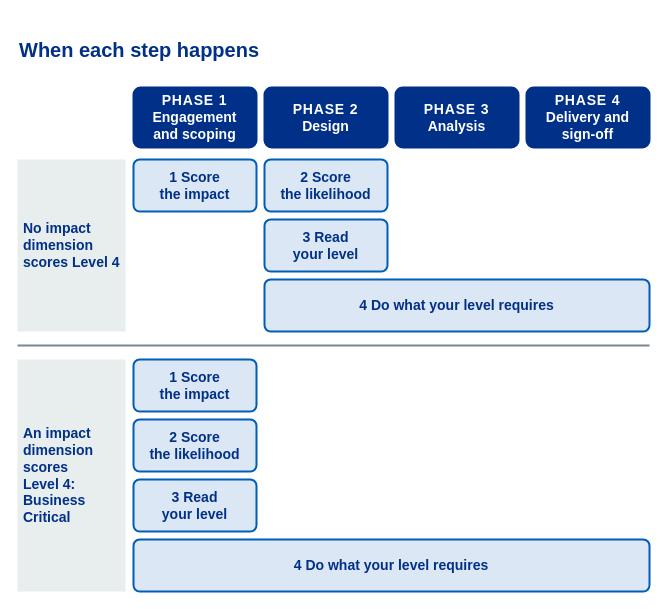
Above: static/diagrams/04-assurance-level-timing.drawio in nhsbsa-data-analytics/nhsbsa-quality-analysis-playbook (draw.io), before the change. Source tidied: cells renumbered, new cells numbered last; positions are measured from the earlier drawing's top-left corner, leaving out a move shared by most shapes. Both pictures are drawn from the tidied source at 100%, with x=0, y=0 at pixel (17, 31).
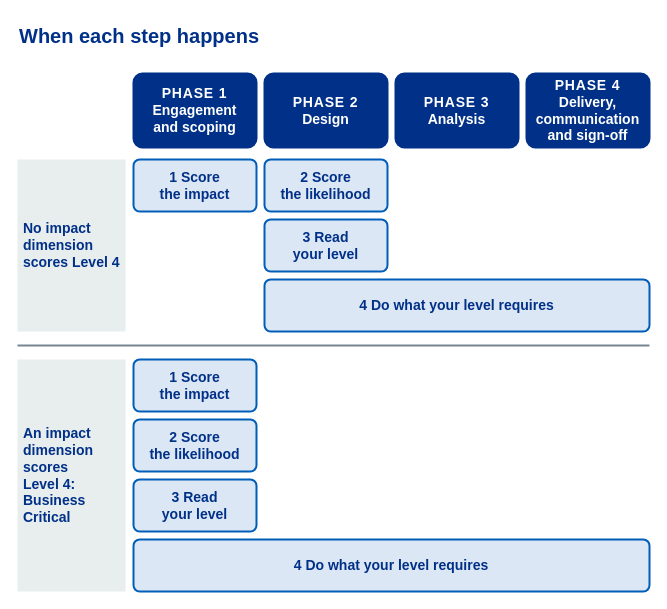
After the change.

Change to the diagram source:
```diff
@@
 <mxGraphModel background="#FFFFFF">
   <root>
     <mxCell id="0" />
     <mxCell id="1" parent="0" />
     <mxCell id="2" value="&lt;div style=&quot;text-align:center&quot;&gt;&lt;b style=&quot;font-size:20px;color:#003087&quot;&gt;When each step happens&lt;/b&gt;&lt;/div&gt;" style="html=1;whiteSpace=wrap;align=left;verticalAlign=top;fontFamily=Arial;fontSize=11;fontColor=#231F20;strokeColor=none;fillColor=none;" parent="1" vertex="1">
-      <mxGeometry width="632" height="32" as="geometry" />
+      <mxGeometry y="-14" width="632" height="32" as="geometry" />
     </mxCell>
     <mxCell id="3" value="&lt;div style=&quot;text-align:center;text-wrap:balance&quot;&gt;&lt;b style=&quot;font-size:14px;color:#FFFFFF;letter-spacing:0.8px&quot;&gt;PHASE 1&lt;/b&gt;&lt;br&gt;&lt;b style=&quot;font-size:14px;color:#FFFFFF&quot;&gt;Engagement and scoping&lt;/b&gt;&lt;/div&gt;" style="rounded=1;whiteSpace=wrap;html=1;fillColor=#003087;strokeColor=#003087;fontColor=#231F20;fontFamily=Arial;fontSize=11;fontStyle=0;align=center;verticalAlign=middle;dashed=0;spacingLeft=6;spacingRight=6;arcSize=12;strokeWidth=2;" parent="1" vertex="1">
-      <mxGeometry x="116" y="56" width="123" height="60" as="geometry" />
+      <mxGeometry x="116" y="42" width="123" height="74" as="geometry" />
     </mxCell>
     <mxCell id="4" value="&lt;div style=&quot;text-align:center;text-wrap:balance&quot;&gt;&lt;b style=&quot;font-size:14px;color:#FFFFFF;letter-spacing:0.8px&quot;&gt;PHASE 2&lt;/b&gt;&lt;br&gt;&lt;b style=&quot;font-size:14px;color:#FFFFFF&quot;&gt;Design&lt;/b&gt;&lt;/div&gt;" style="rounded=1;whiteSpace=wrap;html=1;fillColor=#003087;strokeColor=#003087;fontColor=#231F20;fontFamily=Arial;fontSize=11;fontStyle=0;align=center;verticalAlign=middle;dashed=0;spacingLeft=6;spacingRight=6;arcSize=12;strokeWidth=2;" parent="1" vertex="1">
-      <mxGeometry x="247" y="56" width="123" height="60" as="geometry" />
+      <mxGeometry x="247" y="42" width="123" height="74" as="geometry" />
     </mxCell>
     <mxCell id="5" value="&lt;div style=&quot;text-align:center;text-wrap:balance&quot;&gt;&lt;b style=&quot;font-size:14px;color:#FFFFFF;letter-spacing:0.8px&quot;&gt;PHASE 3&lt;/b&gt;&lt;br&gt;&lt;b style=&quot;font-size:14px;color:#FFFFFF&quot;&gt;Analysis&lt;/b&gt;&lt;/div&gt;" style="rounded=1;whiteSpace=wrap;html=1;fillColor=#003087;strokeColor=#003087;fontColor=#231F20;fontFamily=Arial;fontSize=11;fontStyle=0;align=center;verticalAlign=middle;dashed=0;spacingLeft=6;spacingRight=6;arcSize=12;strokeWidth=2;" parent="1" vertex="1">
-      <mxGeometry x="378" y="56" width="123" height="60" as="geometry" />
+      <mxGeometry x="378" y="42" width="123" height="74" as="geometry" />
     </mxCell>
-    <mxCell id="6" value="&lt;div style=&quot;text-align:center;text-wrap:balance&quot;&gt;&lt;b style=&quot;font-size:14px;color:#FFFFFF;letter-spacing:0.8px&quot;&gt;PHASE 4&lt;/b&gt;&lt;br&gt;&lt;b style=&quot;font-size:14px;color:#FFFFFF&quot;&gt;Delivery and sign-off&lt;/b&gt;&lt;/div&gt;" style="rounded=1;whiteSpace=wrap;html=1;fillColor=#003087;strokeColor=#003087;fontColor=#231F20;fontFamily=Arial;fontSize=11;fontStyle=0;align=center;verticalAlign=middle;dashed=0;spacingLeft=6;spacingRight=6;arcSize=12;strokeWidth=2;" parent="1" vertex="1">
-      <mxGeometry x="509" y="56" width="123" height="60" as="geometry" />
+    <mxCell id="6" value="&lt;div style=&quot;text-align:center;text-wrap:balance&quot;&gt;&lt;b style=&quot;font-size:14px;color:#FFFFFF;letter-spacing:0.8px&quot;&gt;PHASE 4&lt;/b&gt;&lt;br&gt;&lt;b style=&quot;font-size:14px;color:#FFFFFF&quot;&gt;Delivery, communication and sign-off&lt;/b&gt;&lt;/div&gt;" style="rounded=1;whiteSpace=wrap;html=1;fillColor=#003087;strokeColor=#003087;fontColor=#231F20;fontFamily=Arial;fontSize=11;fontStyle=0;align=center;verticalAlign=middle;dashed=0;spacingLeft=6;spacingRight=6;arcSize=12;strokeWidth=2;" parent="1" vertex="1">
+      <mxGeometry x="509" y="42" width="123" height="74" as="geometry" />
     </mxCell>
     <mxCell id="7" value="&lt;div style=&quot;text-align:left&quot;&gt;&lt;b style=&quot;font-size:14px;color:#003087&quot;&gt;No impact dimension scores Level 4&lt;/b&gt;&lt;/div&gt;" style="rounded=0;whiteSpace=wrap;html=1;fillColor=#E8EDEE;strokeColor=none;fontColor=#231F20;fontFamily=Arial;fontSize=11;fontStyle=0;align=left;verticalAlign=middle;dashed=0;spacingLeft=4;spacingRight=4;" parent="1" vertex="1">
       <mxGeometry y="128" width="108" height="172" as="geometry" />
     </mxCell>
     <mxCell id="8" value="&lt;div style=&quot;text-align:center;text-wrap:balance&quot;&gt;&lt;b style=&quot;font-size:14px;color:#003087&quot;&gt;1  Score the impact&lt;/b&gt;&lt;/div&gt;" style="rounded=1;whiteSpace=wrap;html=1;fillColor=#DCE7F5;strokeColor=#005EB8;fontColor=#231F20;fontFamily=Arial;fontSize=11;fontStyle=0;align=center;verticalAlign=middle;dashed=0;spacingLeft=6;spacingRight=6;arcSize=12;strokeWidth=2;" parent="1" vertex="1">
       <mxGeometry x="116" y="128" width="123" height="52" as="geometry" />
     </mxCell>
     <mxCell id="9" value="&lt;div style=&quot;text-align:center;text-wrap:balance&quot;&gt;&lt;b style=&quot;font-size:14px;color:#003087&quot;&gt;2  Score the likelihood&lt;/b&gt;&lt;/div&gt;" style="rounded=1;whiteSpace=wrap;html=1;fillColor=#DCE7F5;strokeColor=#005EB8;fontColor=#231F20;fontFamily=Arial;fontSize=11;fontStyle=0;align=center;verticalAlign=middle;dashed=0;spacingLeft=6;spacingRight=6;arcSize=12;strokeWidth=2;" parent="1" vertex="1">
       <mxGeometry x="247" y="128" width="123" height="52" as="geometry" />
     </mxCell>
     <mxCell id="10" value="&lt;div style=&quot;text-align:center;text-wrap:balance&quot;&gt;&lt;b style=&quot;font-size:14px;color:#003087&quot;&gt;3  Read your level&lt;/b&gt;&lt;/div&gt;" style="rounded=1;whiteSpace=wrap;html=1;fillColor=#DCE7F5;strokeColor=#005EB8;fontColor=#231F20;fontFamily=Arial;fontSize=11;fontStyle=0;align=center;verticalAlign=middle;dashed=0;spacingLeft=6;spacingRight=6;arcSize=12;strokeWidth=2;" parent="1" vertex="1">
       <mxGeometry x="247" y="188" width="123" height="52" as="geometry" />
     </mxCell>
     <mxCell id="11" value="&lt;div style=&quot;text-align:center;text-wrap:balance&quot;&gt;&lt;b style=&quot;font-size:14px;color:#003087&quot;&gt;4  Do what your level requires&lt;/b&gt;&lt;/div&gt;" style="rounded=1;whiteSpace=wrap;html=1;fillColor=#DCE7F5;strokeColor=#005EB8;fontColor=#231F20;fontFamily=Arial;fontSize=11;fontStyle=0;align=center;verticalAlign=middle;dashed=0;spacingLeft=6;spacingRight=6;arcSize=12;strokeWidth=2;" parent="1" vertex="1">
       <mxGeometry x="247" y="248" width="385" height="52" as="geometry" />
     </mxCell>
     <mxCell id="12" style="rounded=0;whiteSpace=wrap;html=1;fillColor=#768692;strokeColor=none;fontColor=#231F20;fontFamily=Arial;fontSize=11;fontStyle=0;align=center;verticalAlign=middle;dashed=0;spacingLeft=8;spacingRight=8;" parent="1" vertex="1">
       <mxGeometry y="313" width="632" height="2" as="geometry" />
     </mxCell>
     <mxCell id="13" value="&lt;div style=&quot;text-align:left&quot;&gt;&lt;b style=&quot;font-size:14px;color:#003087&quot;&gt;An impact dimension scores Level 4: Business Critical&lt;/b&gt;&lt;/div&gt;" style="rounded=0;whiteSpace=wrap;html=1;fillColor=#E8EDEE;strokeColor=none;fontColor=#231F20;fontFamily=Arial;fontSize=11;fontStyle=0;align=left;verticalAlign=middle;dashed=0;spacingLeft=4;spacingRight=4;" parent="1" vertex="1">
       <mxGeometry y="328" width="108" height="232" as="geometry" />
     </mxCell>
     <mxCell id="14" value="&lt;div style=&quot;text-align:center;text-wrap:balance&quot;&gt;&lt;b style=&quot;font-size:14px;color:#003087&quot;&gt;1  Score the impact&lt;/b&gt;&lt;/div&gt;" style="rounded=1;whiteSpace=wrap;html=1;fillColor=#DCE7F5;strokeColor=#005EB8;fontColor=#231F20;fontFamily=Arial;fontSize=11;fontStyle=0;align=center;verticalAlign=middle;dashed=0;spacingLeft=6;spacingRight=6;arcSize=12;strokeWidth=2;" parent="1" vertex="1">
       <mxGeometry x="116" y="328" width="123" height="52" as="geometry" />
     </mxCell>
     <mxCell id="15" value="&lt;div style=&quot;text-align:center;text-wrap:balance&quot;&gt;&lt;b style=&quot;font-size:14px;color:#003087&quot;&gt;2  Score the likelihood&lt;/b&gt;&lt;/div&gt;" style="rounded=1;whiteSpace=wrap;html=1;fillColor=#DCE7F5;strokeColor=#005EB8;fontColor=#231F20;fontFamily=Arial;fontSize=11;fontStyle=0;align=center;verticalAlign=middle;dashed=0;spacingLeft=6;spacingRight=6;arcSize=12;strokeWidth=2;" parent="1" vertex="1">
       <mxGeometry x="116" y="388" width="123" height="52" as="geometry" />
     </mxCell>
     <mxCell id="16" value="&lt;div style=&quot;text-align:center;text-wrap:balance&quot;&gt;&lt;b style=&quot;font-size:14px;color:#003087&quot;&gt;3  Read your level&lt;/b&gt;&lt;/div&gt;" style="rounded=1;whiteSpace=wrap;html=1;fillColor=#DCE7F5;strokeColor=#005EB8;fontColor=#231F20;fontFamily=Arial;fontSize=11;fontStyle=0;align=center;verticalAlign=middle;dashed=0;spacingLeft=6;spacingRight=6;arcSize=12;strokeWidth=2;" parent="1" vertex="1">
       <mxGeometry x="116" y="448" width="123" height="52" as="geometry" />
     </mxCell>
     <mxCell id="17" value="&lt;div style=&quot;text-align:center;text-wrap:balance&quot;&gt;&lt;b style=&quot;font-size:14px;color:#003087&quot;&gt;4  Do what your level requires&lt;/b&gt;&lt;/div&gt;" style="rounded=1;whiteSpace=wrap;html=1;fillColor=#DCE7F5;strokeColor=#005EB8;fontColor=#231F20;fontFamily=Arial;fontSize=11;fontStyle=0;align=center;verticalAlign=middle;dashed=0;spacingLeft=6;spacingRight=6;arcSize=12;strokeWidth=2;" parent="1" vertex="1">
       <mxGeometry x="116" y="508" width="516" height="52" as="geometry" />
     </mxCell>
   </root>
 </mxGraphModel>
```
